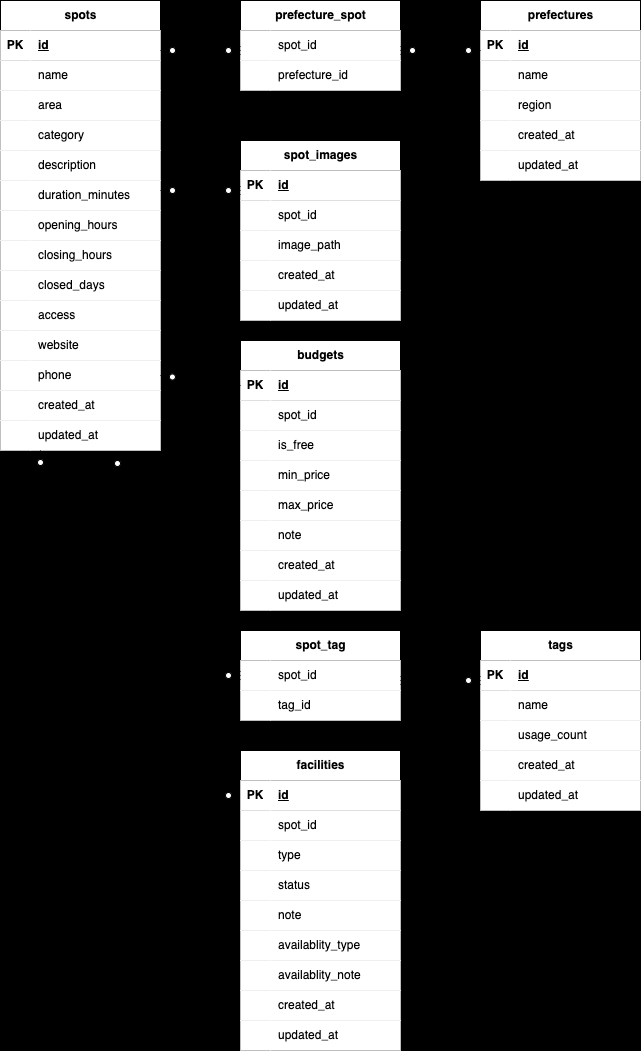
Before: .drawio.png, a diagram exported from draw.io (Koharu5810/shiorip). Source tidied: cells renumbered, new cells last; positions are measured from the earlier drawing's top-left corner, leaving out a move shared by most shapes.
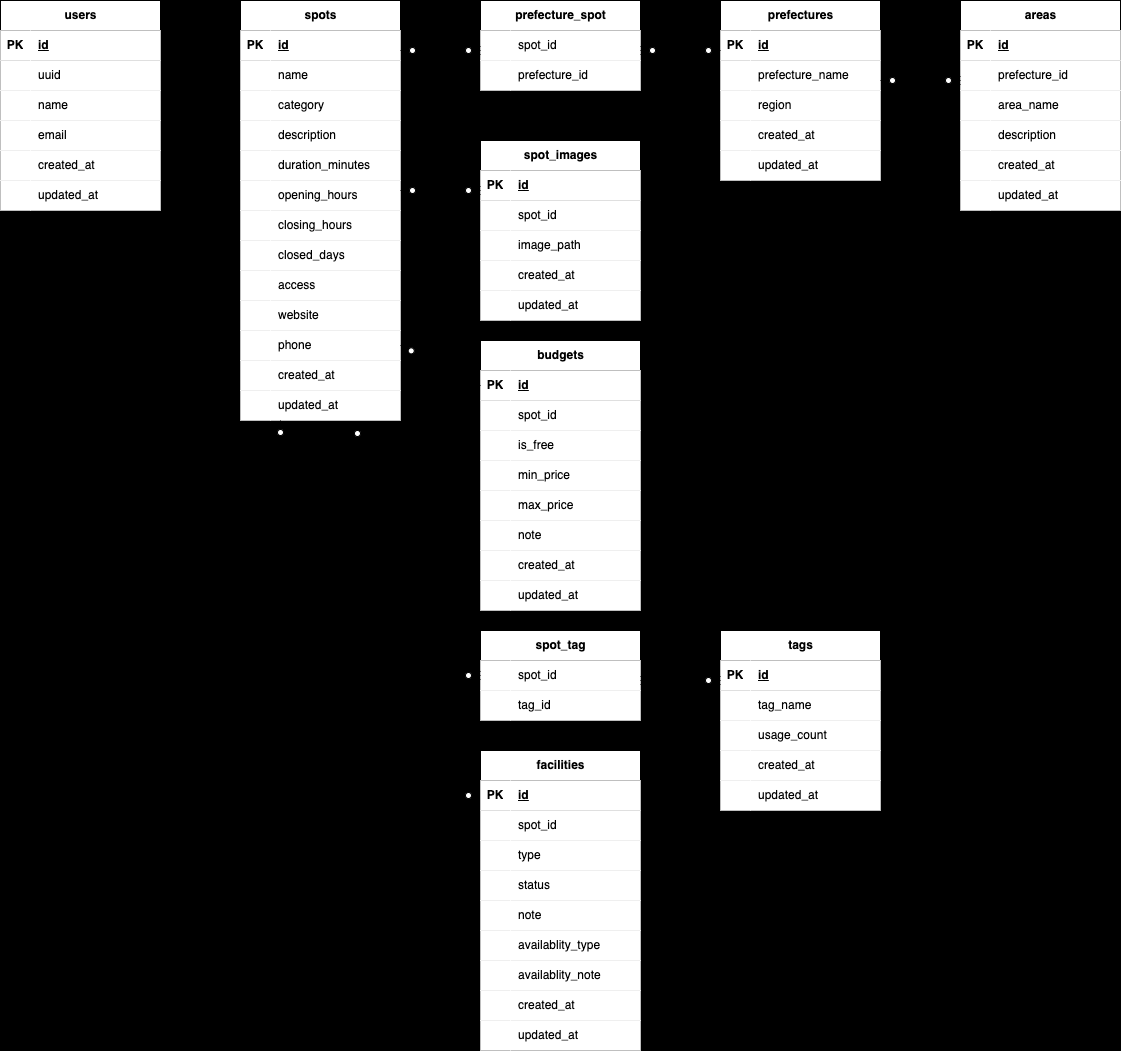
The same diagram one commit later.

Change to the diagram source:
```diff
@@ -3,7 +3,7 @@
     <mxCell id="0" />
     <mxCell id="1" parent="0" />
     <mxCell id="2" value="spots" style="shape=table;startSize=30;rowLines=0;fontStyle=1;align=center;html=1;" parent="1" vertex="1">
-      <mxGeometry width="160" height="450" as="geometry" />
+      <mxGeometry width="160" height="420" as="geometry" />
     </mxCell>
     <mxCell id="3" style="shape=tableRow;horizontal=0;startSize=0;swimlaneHead=0;swimlaneBody=0;top=0;left=0;right=0;bottom=1;" parent="2" vertex="1">
       <mxGeometry y="30" width="160" height="30" as="geometry" />
@@ -23,17 +23,8 @@
     <mxCell id="8" value="name" style="shape=partialRectangle;top=0;left=0;bottom=0;right=0;align=left;spacingLeft=6;overflow=hidden;whiteSpace=wrap;html=1;" parent="6" vertex="1">
       <mxGeometry x="30" width="130" height="30" as="geometry" />
     </mxCell>
-    <mxCell id="9" style="shape=tableRow;horizontal=0;startSize=0;swimlaneHead=0;swimlaneBody=0;top=0;left=0;right=0;bottom=0;" parent="2" vertex="1">
-      <mxGeometry y="90" width="160" height="30" as="geometry" />
-    </mxCell>
-    <mxCell id="10" style="shape=partialRectangle;top=0;left=0;bottom=0;right=0;overflow=hidden;whiteSpace=wrap;html=1;" parent="9" vertex="1">
-      <mxGeometry width="30" height="30" as="geometry" />
-    </mxCell>
-    <mxCell id="11" value="area" style="shape=partialRectangle;top=0;left=0;bottom=0;right=0;align=left;spacingLeft=6;overflow=hidden;whiteSpace=wrap;html=1;" parent="9" vertex="1">
-      <mxGeometry x="30" width="130" height="30" as="geometry" />
-    </mxCell>
     <mxCell id="12" style="shape=tableRow;horizontal=0;startSize=0;swimlaneHead=0;swimlaneBody=0;top=0;left=0;right=0;bottom=0;" parent="2" vertex="1">
-      <mxGeometry y="120" width="160" height="30" as="geometry" />
+      <mxGeometry y="90" width="160" height="30" as="geometry" />
     </mxCell>
     <mxCell id="13" style="shape=partialRectangle;top=0;left=0;bottom=0;right=0;overflow=hidden;whiteSpace=wrap;html=1;" parent="12" vertex="1">
       <mxGeometry width="30" height="30" as="geometry" />
@@ -42,7 +33,7 @@
       <mxGeometry x="30" width="130" height="30" as="geometry" />
     </mxCell>
     <mxCell id="15" style="shape=tableRow;horizontal=0;startSize=0;swimlaneHead=0;swimlaneBody=0;top=0;left=0;right=0;bottom=0;" parent="2" vertex="1">
-      <mxGeometry y="150" width="160" height="30" as="geometry" />
+      <mxGeometry y="120" width="160" height="30" as="geometry" />
     </mxCell>
     <mxCell id="16" style="shape=partialRectangle;top=0;left=0;bottom=0;right=0;overflow=hidden;whiteSpace=wrap;html=1;" parent="15" vertex="1">
       <mxGeometry width="30" height="30" as="geometry" />
@@ -51,7 +42,7 @@
       <mxGeometry x="30" width="130" height="30" as="geometry" />
     </mxCell>
     <mxCell id="18" style="shape=tableRow;horizontal=0;startSize=0;swimlaneHead=0;swimlaneBody=0;top=0;left=0;right=0;bottom=0;" parent="2" vertex="1">
-      <mxGeometry y="180" width="160" height="30" as="geometry" />
+      <mxGeometry y="150" width="160" height="30" as="geometry" />
     </mxCell>
     <mxCell id="19" style="shape=partialRectangle;top=0;left=0;bottom=0;right=0;overflow=hidden;whiteSpace=wrap;html=1;" parent="18" vertex="1">
       <mxGeometry width="30" height="30" as="geometry" />
@@ -60,7 +51,7 @@
       <mxGeometry x="30" width="130" height="30" as="geometry" />
     </mxCell>
     <mxCell id="21" style="shape=tableRow;horizontal=0;startSize=0;swimlaneHead=0;swimlaneBody=0;top=0;left=0;right=0;bottom=0;" parent="2" vertex="1">
-      <mxGeometry y="210" width="160" height="30" as="geometry" />
+      <mxGeometry y="180" width="160" height="30" as="geometry" />
     </mxCell>
     <mxCell id="22" style="shape=partialRectangle;top=0;left=0;bottom=0;right=0;overflow=hidden;whiteSpace=wrap;html=1;" parent="21" vertex="1">
       <mxGeometry width="30" height="30" as="geometry" />
@@ -69,7 +60,7 @@
       <mxGeometry x="30" width="130" height="30" as="geometry" />
     </mxCell>
     <mxCell id="24" style="shape=tableRow;horizontal=0;startSize=0;swimlaneHead=0;swimlaneBody=0;top=0;left=0;right=0;bottom=0;" parent="2" vertex="1">
-      <mxGeometry y="240" width="160" height="30" as="geometry" />
+      <mxGeometry y="210" width="160" height="30" as="geometry" />
     </mxCell>
     <mxCell id="25" style="shape=partialRectangle;top=0;left=0;bottom=0;right=0;overflow=hidden;whiteSpace=wrap;html=1;" parent="24" vertex="1">
       <mxGeometry width="30" height="30" as="geometry" />
@@ -78,7 +69,7 @@
       <mxGeometry x="30" width="130" height="30" as="geometry" />
     </mxCell>
     <mxCell id="27" style="shape=tableRow;horizontal=0;startSize=0;swimlaneHead=0;swimlaneBody=0;top=0;left=0;right=0;bottom=0;" parent="2" vertex="1">
-      <mxGeometry y="270" width="160" height="30" as="geometry" />
+      <mxGeometry y="240" width="160" height="30" as="geometry" />
     </mxCell>
     <mxCell id="28" style="shape=partialRectangle;top=0;left=0;bottom=0;right=0;overflow=hidden;whiteSpace=wrap;html=1;" parent="27" vertex="1">
       <mxGeometry width="30" height="30" as="geometry" />
@@ -87,7 +78,7 @@
       <mxGeometry x="30" width="130" height="30" as="geometry" />
     </mxCell>
     <mxCell id="30" style="shape=tableRow;horizontal=0;startSize=0;swimlaneHead=0;swimlaneBody=0;top=0;left=0;right=0;bottom=0;" parent="2" vertex="1">
-      <mxGeometry y="300" width="160" height="30" as="geometry" />
+      <mxGeometry y="270" width="160" height="30" as="geometry" />
     </mxCell>
     <mxCell id="31" style="shape=partialRectangle;top=0;left=0;bottom=0;right=0;overflow=hidden;whiteSpace=wrap;html=1;" parent="30" vertex="1">
       <mxGeometry width="30" height="30" as="geometry" />
@@ -96,7 +87,7 @@
       <mxGeometry x="30" width="130" height="30" as="geometry" />
     </mxCell>
     <mxCell id="33" style="shape=tableRow;horizontal=0;startSize=0;swimlaneHead=0;swimlaneBody=0;top=0;left=0;right=0;bottom=0;" parent="2" vertex="1">
-      <mxGeometry y="330" width="160" height="30" as="geometry" />
+      <mxGeometry y="300" width="160" height="30" as="geometry" />
     </mxCell>
     <mxCell id="34" style="shape=partialRectangle;top=0;left=0;bottom=0;right=0;overflow=hidden;whiteSpace=wrap;html=1;" parent="33" vertex="1">
       <mxGeometry width="30" height="30" as="geometry" />
@@ -105,7 +96,7 @@
       <mxGeometry x="30" width="130" height="30" as="geometry" />
     </mxCell>
     <mxCell id="36" style="shape=tableRow;horizontal=0;startSize=0;swimlaneHead=0;swimlaneBody=0;points=[[0,0.5],[1,0.5]];portConstraint=eastwest;top=0;left=0;right=0;bottom=0;" parent="2" vertex="1">
-      <mxGeometry y="360" width="160" height="30" as="geometry" />
+      <mxGeometry y="330" width="160" height="30" as="geometry" />
     </mxCell>
     <mxCell id="37" style="shape=partialRectangle;top=0;left=0;bottom=0;right=0;overflow=hidden;whiteSpace=wrap;html=1;" parent="36" vertex="1">
       <mxGeometry width="30" height="30" as="geometry" />
@@ -114,7 +105,7 @@
       <mxGeometry x="30" width="130" height="30" as="geometry" />
     </mxCell>
     <mxCell id="39" style="shape=tableRow;horizontal=0;startSize=0;swimlaneHead=0;swimlaneBody=0;top=0;left=0;right=0;bottom=0;" parent="2" vertex="1">
-      <mxGeometry y="390" width="160" height="30" as="geometry" />
+      <mxGeometry y="360" width="160" height="30" as="geometry" />
     </mxCell>
     <mxCell id="40" style="shape=partialRectangle;top=0;left=0;bottom=0;right=0;overflow=hidden;whiteSpace=wrap;html=1;" parent="39" vertex="1">
       <mxGeometry width="30" height="30" as="geometry" />
@@ -123,7 +114,7 @@
       <mxGeometry x="30" width="130" height="30" as="geometry" />
     </mxCell>
     <mxCell id="42" style="shape=tableRow;horizontal=0;startSize=0;swimlaneHead=0;swimlaneBody=0;points=[[0,0.5],[1,0.5]];portConstraint=eastwest;top=0;left=0;right=0;bottom=0;" parent="2" vertex="1">
-      <mxGeometry y="420" width="160" height="30" as="geometry" />
+      <mxGeometry y="390" width="160" height="30" as="geometry" />
     </mxCell>
     <mxCell id="43" style="shape=partialRectangle;top=0;left=0;bottom=0;right=0;overflow=hidden;whiteSpace=wrap;html=1;" parent="42" vertex="1">
       <mxGeometry width="30" height="30" as="geometry" />
@@ -149,7 +140,7 @@
     <mxCell id="50" style="shape=partialRectangle;top=0;left=0;bottom=0;right=0;overflow=hidden;whiteSpace=wrap;html=1;" parent="49" vertex="1">
       <mxGeometry width="30" height="30" as="geometry" />
     </mxCell>
-    <mxCell id="51" value="name" style="shape=partialRectangle;top=0;left=0;bottom=0;right=0;align=left;spacingLeft=6;overflow=hidden;whiteSpace=wrap;html=1;" parent="49" vertex="1">
+    <mxCell id="51" value="prefecture_name" style="shape=partialRectangle;top=0;left=0;bottom=0;right=0;align=left;spacingLeft=6;overflow=hidden;whiteSpace=wrap;html=1;" parent="49" vertex="1">
       <mxGeometry x="30" width="130" height="30" as="geometry" />
     </mxCell>
     <mxCell id="52" style="shape=tableRow;horizontal=0;startSize=0;swimlaneHead=0;swimlaneBody=0;top=0;left=0;right=0;bottom=0;" parent="45" vertex="1">
@@ -271,7 +262,7 @@
     <mxCell id="90" style="shape=partialRectangle;top=0;left=0;bottom=0;right=0;overflow=hidden;whiteSpace=wrap;html=1;" parent="89" vertex="1">
       <mxGeometry width="30" height="30" as="geometry" />
     </mxCell>
-    <mxCell id="91" value="name" style="shape=partialRectangle;top=0;left=0;bottom=0;right=0;align=left;spacingLeft=6;overflow=hidden;whiteSpace=wrap;html=1;" parent="89" vertex="1">
+    <mxCell id="91" value="tag_name" style="shape=partialRectangle;top=0;left=0;bottom=0;right=0;align=left;spacingLeft=6;overflow=hidden;whiteSpace=wrap;html=1;" parent="89" vertex="1">
       <mxGeometry x="30" width="130" height="30" as="geometry" />
     </mxCell>
     <mxCell id="92" style="shape=tableRow;horizontal=0;startSize=0;swimlaneHead=0;swimlaneBody=0;top=0;left=0;right=0;bottom=0;" parent="85" vertex="1">
@@ -522,5 +513,125 @@
     <mxCell id="167" value="&lt;span style=&quot;color: rgb(0, 0, 0);&quot;&gt;updated_at&lt;/span&gt;" style="shape=partialRectangle;top=0;left=0;bottom=0;right=0;align=left;spacingLeft=6;overflow=hidden;whiteSpace=wrap;html=1;" parent="165" vertex="1">
       <mxGeometry x="30" width="130" height="30" as="geometry" />
     </mxCell>
+    <mxCell id="168" value="areas" style="shape=table;startSize=30;rowLines=0;fontStyle=1;align=center;html=1;" parent="1" vertex="1">
+      <mxGeometry x="720" width="160" height="210" as="geometry" />
+    </mxCell>
+    <mxCell id="169" style="shape=tableRow;horizontal=0;startSize=0;swimlaneHead=0;swimlaneBody=0;top=0;left=0;right=0;bottom=1;" parent="168" vertex="1">
+      <mxGeometry y="30" width="160" height="30" as="geometry" />
+    </mxCell>
+    <mxCell id="170" value="PK" style="shape=partialRectangle;top=0;left=0;bottom=0;right=0;fontStyle=1;overflow=hidden;whiteSpace=wrap;html=1;" parent="169" vertex="1">
+      <mxGeometry width="30" height="30" as="geometry" />
+    </mxCell>
+    <mxCell id="171" value="id" style="shape=partialRectangle;top=0;left=0;bottom=0;right=0;align=left;spacingLeft=6;fontStyle=5;overflow=hidden;whiteSpace=wrap;html=1;" parent="169" vertex="1">
+      <mxGeometry x="30" width="130" height="30" as="geometry" />
+    </mxCell>
+    <mxCell id="172" style="shape=tableRow;horizontal=0;startSize=0;swimlaneHead=0;swimlaneBody=0;top=0;left=0;right=0;bottom=0;" parent="168" vertex="1">
+      <mxGeometry y="60" width="160" height="30" as="geometry" />
+    </mxCell>
+    <mxCell id="173" style="shape=partialRectangle;top=0;left=0;bottom=0;right=0;overflow=hidden;whiteSpace=wrap;html=1;" parent="172" vertex="1">
+      <mxGeometry width="30" height="30" as="geometry" />
+    </mxCell>
+    <mxCell id="174" value="prefecture_id" style="shape=partialRectangle;top=0;left=0;bottom=0;right=0;align=left;spacingLeft=6;overflow=hidden;whiteSpace=wrap;html=1;" parent="172" vertex="1">
+      <mxGeometry x="30" width="130" height="30" as="geometry" />
+    </mxCell>
+    <mxCell id="175" style="shape=tableRow;horizontal=0;startSize=0;swimlaneHead=0;swimlaneBody=0;top=0;left=0;right=0;bottom=0;" parent="168" vertex="1">
+      <mxGeometry y="90" width="160" height="30" as="geometry" />
+    </mxCell>
+    <mxCell id="176" style="shape=partialRectangle;top=0;left=0;bottom=0;right=0;overflow=hidden;whiteSpace=wrap;html=1;" parent="175" vertex="1">
+      <mxGeometry width="30" height="30" as="geometry" />
+    </mxCell>
+    <mxCell id="177" value="area_name" style="shape=partialRectangle;top=0;left=0;bottom=0;right=0;align=left;spacingLeft=6;overflow=hidden;whiteSpace=wrap;html=1;" parent="175" vertex="1">
+      <mxGeometry x="30" width="130" height="30" as="geometry" />
+    </mxCell>
+    <mxCell id="178" style="shape=tableRow;horizontal=0;startSize=0;swimlaneHead=0;swimlaneBody=0;top=0;left=0;right=0;bottom=0;" parent="168" vertex="1">
+      <mxGeometry y="120" width="160" height="30" as="geometry" />
+    </mxCell>
+    <mxCell id="179" style="shape=partialRectangle;top=0;left=0;bottom=0;right=0;overflow=hidden;whiteSpace=wrap;html=1;" parent="178" vertex="1">
+      <mxGeometry width="30" height="30" as="geometry" />
+    </mxCell>
+    <mxCell id="180" value="description" style="shape=partialRectangle;top=0;left=0;bottom=0;right=0;align=left;spacingLeft=6;overflow=hidden;whiteSpace=wrap;html=1;" parent="178" vertex="1">
+      <mxGeometry x="30" width="130" height="30" as="geometry" />
+    </mxCell>
+    <mxCell id="181" style="shape=tableRow;horizontal=0;startSize=0;swimlaneHead=0;swimlaneBody=0;top=0;left=0;right=0;bottom=0;" parent="168" vertex="1">
+      <mxGeometry y="150" width="160" height="30" as="geometry" />
+    </mxCell>
+    <mxCell id="182" style="shape=partialRectangle;top=0;left=0;bottom=0;right=0;overflow=hidden;whiteSpace=wrap;html=1;" parent="181" vertex="1">
+      <mxGeometry width="30" height="30" as="geometry" />
+    </mxCell>
+    <mxCell id="183" value="&lt;span style=&quot;color: rgb(0, 0, 0);&quot;&gt;created_at&lt;/span&gt;" style="shape=partialRectangle;top=0;left=0;bottom=0;right=0;align=left;spacingLeft=6;overflow=hidden;whiteSpace=wrap;html=1;" parent="181" vertex="1">
+      <mxGeometry x="30" width="130" height="30" as="geometry" />
+    </mxCell>
+    <mxCell id="184" style="shape=tableRow;horizontal=0;startSize=0;swimlaneHead=0;swimlaneBody=0;top=0;left=0;right=0;bottom=0;" parent="168" vertex="1">
+      <mxGeometry y="180" width="160" height="30" as="geometry" />
+    </mxCell>
+    <mxCell id="185" style="shape=partialRectangle;top=0;left=0;bottom=0;right=0;overflow=hidden;whiteSpace=wrap;html=1;" parent="184" vertex="1">
+      <mxGeometry width="30" height="30" as="geometry" />
+    </mxCell>
+    <mxCell id="186" value="&lt;span style=&quot;color: rgb(0, 0, 0);&quot;&gt;updated_at&lt;/span&gt;" style="shape=partialRectangle;top=0;left=0;bottom=0;right=0;align=left;spacingLeft=6;overflow=hidden;whiteSpace=wrap;html=1;" parent="184" vertex="1">
+      <mxGeometry x="30" width="130" height="30" as="geometry" />
+    </mxCell>
+    <mxCell id="187" style="fontSize=12;html=1;endArrow=ERzeroToMany;startArrow=ERzeroToOne;" parent="1" edge="1">
+      <mxGeometry relative="1" as="geometry">
+        <mxPoint x="640" y="80" as="sourcePoint" />
+        <mxPoint x="720" y="80" as="targetPoint" />
+      </mxGeometry>
+    </mxCell>
+    <mxCell id="188" value="users" style="shape=table;startSize=30;rowLines=0;fontStyle=1;align=center;html=1;" parent="1" vertex="1">
+      <mxGeometry x="-240" width="160" height="210" as="geometry" />
+    </mxCell>
+    <mxCell id="189" style="shape=tableRow;horizontal=0;startSize=0;swimlaneHead=0;swimlaneBody=0;top=0;left=0;right=0;bottom=1;" parent="188" vertex="1">
+      <mxGeometry y="30" width="160" height="30" as="geometry" />
+    </mxCell>
+    <mxCell id="190" value="PK" style="shape=partialRectangle;top=0;left=0;bottom=0;right=0;fontStyle=1;overflow=hidden;whiteSpace=wrap;html=1;" parent="189" vertex="1">
+      <mxGeometry width="30" height="30" as="geometry" />
+    </mxCell>
+    <mxCell id="191" value="id" style="shape=partialRectangle;top=0;left=0;bottom=0;right=0;align=left;spacingLeft=6;fontStyle=5;overflow=hidden;whiteSpace=wrap;html=1;" parent="189" vertex="1">
+      <mxGeometry x="30" width="130" height="30" as="geometry" />
+    </mxCell>
+    <mxCell id="192" style="shape=tableRow;horizontal=0;startSize=0;swimlaneHead=0;swimlaneBody=0;top=0;left=0;right=0;bottom=0;" parent="188" vertex="1">
+      <mxGeometry y="60" width="160" height="30" as="geometry" />
+    </mxCell>
+    <mxCell id="193" style="shape=partialRectangle;top=0;left=0;bottom=0;right=0;overflow=hidden;whiteSpace=wrap;html=1;" parent="192" vertex="1">
+      <mxGeometry width="30" height="30" as="geometry" />
+    </mxCell>
+    <mxCell id="194" value="uuid" style="shape=partialRectangle;top=0;left=0;bottom=0;right=0;align=left;spacingLeft=6;overflow=hidden;whiteSpace=wrap;html=1;" parent="192" vertex="1">
+      <mxGeometry x="30" width="130" height="30" as="geometry" />
+    </mxCell>
+    <mxCell id="195" style="shape=tableRow;horizontal=0;startSize=0;swimlaneHead=0;swimlaneBody=0;top=0;left=0;right=0;bottom=0;" parent="188" vertex="1">
+      <mxGeometry y="90" width="160" height="30" as="geometry" />
+    </mxCell>
+    <mxCell id="196" style="shape=partialRectangle;top=0;left=0;bottom=0;right=0;overflow=hidden;whiteSpace=wrap;html=1;" parent="195" vertex="1">
+      <mxGeometry width="30" height="30" as="geometry" />
+    </mxCell>
+    <mxCell id="197" value="name" style="shape=partialRectangle;top=0;left=0;bottom=0;right=0;align=left;spacingLeft=6;overflow=hidden;whiteSpace=wrap;html=1;" parent="195" vertex="1">
+      <mxGeometry x="30" width="130" height="30" as="geometry" />
+    </mxCell>
+    <mxCell id="198" style="shape=tableRow;horizontal=0;startSize=0;swimlaneHead=0;swimlaneBody=0;top=0;left=0;right=0;bottom=0;" parent="188" vertex="1">
+      <mxGeometry y="120" width="160" height="30" as="geometry" />
+    </mxCell>
+    <mxCell id="199" style="shape=partialRectangle;top=0;left=0;bottom=0;right=0;overflow=hidden;whiteSpace=wrap;html=1;" parent="198" vertex="1">
+      <mxGeometry width="30" height="30" as="geometry" />
+    </mxCell>
+    <mxCell id="200" value="email" style="shape=partialRectangle;top=0;left=0;bottom=0;right=0;align=left;spacingLeft=6;overflow=hidden;whiteSpace=wrap;html=1;" parent="198" vertex="1">
+      <mxGeometry x="30" width="130" height="30" as="geometry" />
+    </mxCell>
+    <mxCell id="201" style="shape=tableRow;horizontal=0;startSize=0;swimlaneHead=0;swimlaneBody=0;top=0;left=0;right=0;bottom=0;" parent="188" vertex="1">
+      <mxGeometry y="150" width="160" height="30" as="geometry" />
+    </mxCell>
+    <mxCell id="202" style="shape=partialRectangle;top=0;left=0;bottom=0;right=0;overflow=hidden;whiteSpace=wrap;html=1;" parent="201" vertex="1">
+      <mxGeometry width="30" height="30" as="geometry" />
+    </mxCell>
+    <mxCell id="203" value="&lt;span style=&quot;color: rgb(0, 0, 0);&quot;&gt;created_at&lt;/span&gt;" style="shape=partialRectangle;top=0;left=0;bottom=0;right=0;align=left;spacingLeft=6;overflow=hidden;whiteSpace=wrap;html=1;" parent="201" vertex="1">
+      <mxGeometry x="30" width="130" height="30" as="geometry" />
+    </mxCell>
+    <mxCell id="204" style="shape=tableRow;horizontal=0;startSize=0;swimlaneHead=0;swimlaneBody=0;top=0;left=0;right=0;bottom=0;" parent="188" vertex="1">
+      <mxGeometry y="180" width="160" height="30" as="geometry" />
+    </mxCell>
+    <mxCell id="205" style="shape=partialRectangle;top=0;left=0;bottom=0;right=0;overflow=hidden;whiteSpace=wrap;html=1;" parent="204" vertex="1">
+      <mxGeometry width="30" height="30" as="geometry" />
+    </mxCell>
+    <mxCell id="206" value="&lt;span style=&quot;color: rgb(0, 0, 0);&quot;&gt;updated_at&lt;/span&gt;" style="shape=partialRectangle;top=0;left=0;bottom=0;right=0;align=left;spacingLeft=6;overflow=hidden;whiteSpace=wrap;html=1;" parent="204" vertex="1">
+      <mxGeometry x="30" width="130" height="30" as="geometry" />
+    </mxCell>
   </root>
 </mxGraphModel>
```
